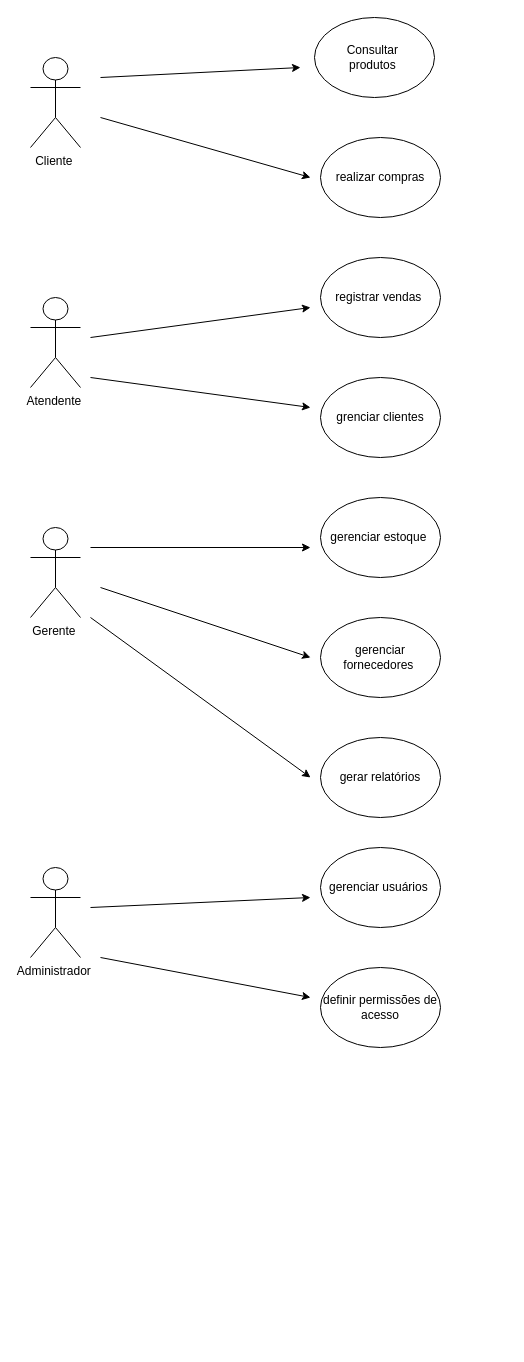
anacarolinaetchepare/diagramasderequisitos keeps this draw.io diagram as page "Página-1" (1 of 2) of Diagrama sem nome.drawio. Above is the earlier version. Source tidied: cells renumbered, new cells numbered last; positions are measured from the earlier drawing's top-left corner, leaving out a move shared by most shapes. Both pictures are drawn from the tidied source at 100%, with x=0, y=0 at pixel (30, 17).
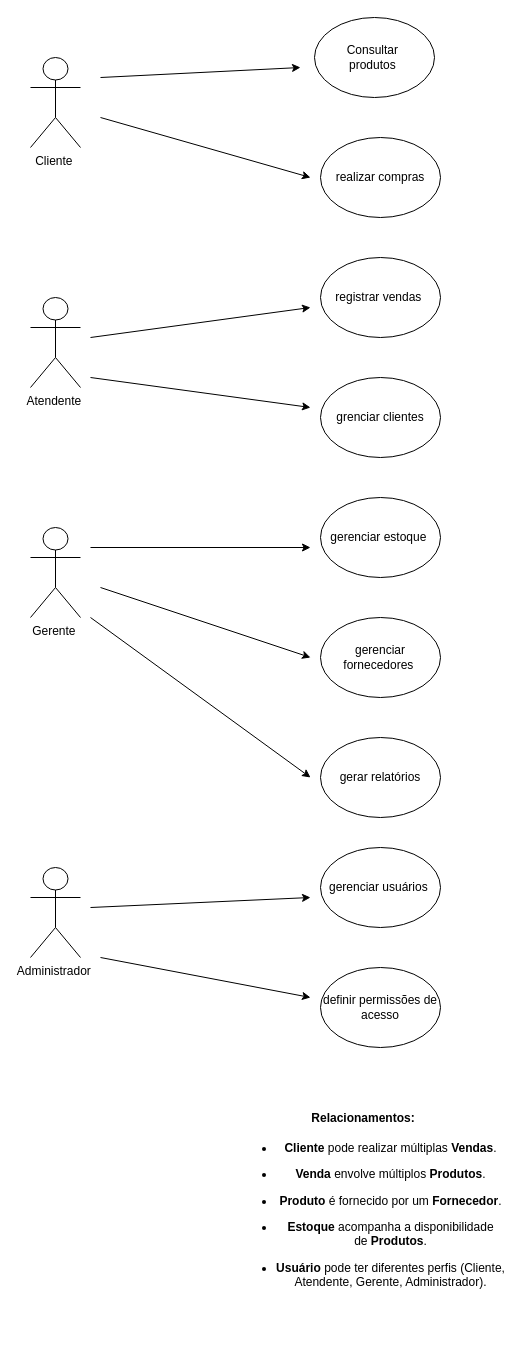
The same page after the edit.

Diff of the diagram source:
```diff
@@
+    <mxCell id="24" value="&#10;&lt;h4&gt;&lt;strong&gt;Relacionamentos:&lt;/strong&gt;&lt;/h4&gt;&lt;ul&gt;&lt;li style=&quot;margin-left: 15px;&quot;&gt;&lt;p&gt;&lt;strong&gt;Cliente&lt;/strong&gt;&lt;span&gt;&amp;nbsp;&lt;/span&gt;pode realizar múltiplas&lt;span&gt;&amp;nbsp;&lt;/span&gt;&lt;strong&gt;Vendas&lt;/strong&gt;.&lt;/p&gt;&lt;/li&gt;&lt;li style=&quot;margin-left: 15px;&quot;&gt;&lt;p&gt;&lt;strong&gt;Venda&lt;/strong&gt;&lt;span&gt;&amp;nbsp;&lt;/span&gt;envolve múltiplos&lt;span&gt;&amp;nbsp;&lt;/span&gt;&lt;strong&gt;Produtos&lt;/strong&gt;.&lt;/p&gt;&lt;/li&gt;&lt;li style=&quot;margin-left: 15px;&quot;&gt;&lt;p&gt;&lt;strong&gt;Produto&lt;/strong&gt;&lt;span&gt;&amp;nbsp;&lt;/span&gt;é fornecido por um&lt;span&gt;&amp;nbsp;&lt;/span&gt;&lt;strong&gt;Fornecedor&lt;/strong&gt;.&lt;/p&gt;&lt;/li&gt;&lt;li style=&quot;margin-left: 15px;&quot;&gt;&lt;p&gt;&lt;strong&gt;Estoque&lt;/strong&gt;&lt;span&gt;&amp;nbsp;&lt;/span&gt;acompanha a disponibilidade de&lt;span&gt;&amp;nbsp;&lt;/span&gt;&lt;strong&gt;Produtos&lt;/strong&gt;.&lt;/p&gt;&lt;/li&gt;&lt;li style=&quot;margin-left: 15px;&quot;&gt;&lt;p&gt;&lt;strong&gt;Usuário&lt;/strong&gt;&lt;span&gt;&amp;nbsp;&lt;/span&gt;pode ter diferentes perfis (Cliente, Atendente, Gerente, Administrador).&lt;/p&gt;&lt;/li&gt;&lt;/ul&gt;&lt;div&gt;&lt;br style=&quot;color: rgb(80, 0, 80); font-family: Arial, Helvetica, sans-serif; font-size: small; font-style: normal; font-variant-ligatures: normal; font-variant-caps: normal; font-weight: 400; letter-spacing: normal; orphans: 2; text-align: start; text-indent: 0px; text-transform: none; widows: 2; word-spacing: 0px; -webkit-text-stroke-width: 0px; white-space: normal; background-color: rgb(255, 255, 255); text-decoration-thickness: initial; text-decoration-style: initial; text-decoration-color: initial;&quot;&gt;&#10;&#10;&lt;/div&gt;" style="text;html=1;align=center;verticalAlign=middle;whiteSpace=wrap;rounded=0;" parent="1" vertex="1">
+      <mxGeometry x="190" y="1180" width="286" height="30" as="geometry" />
+    </mxCell>
```
